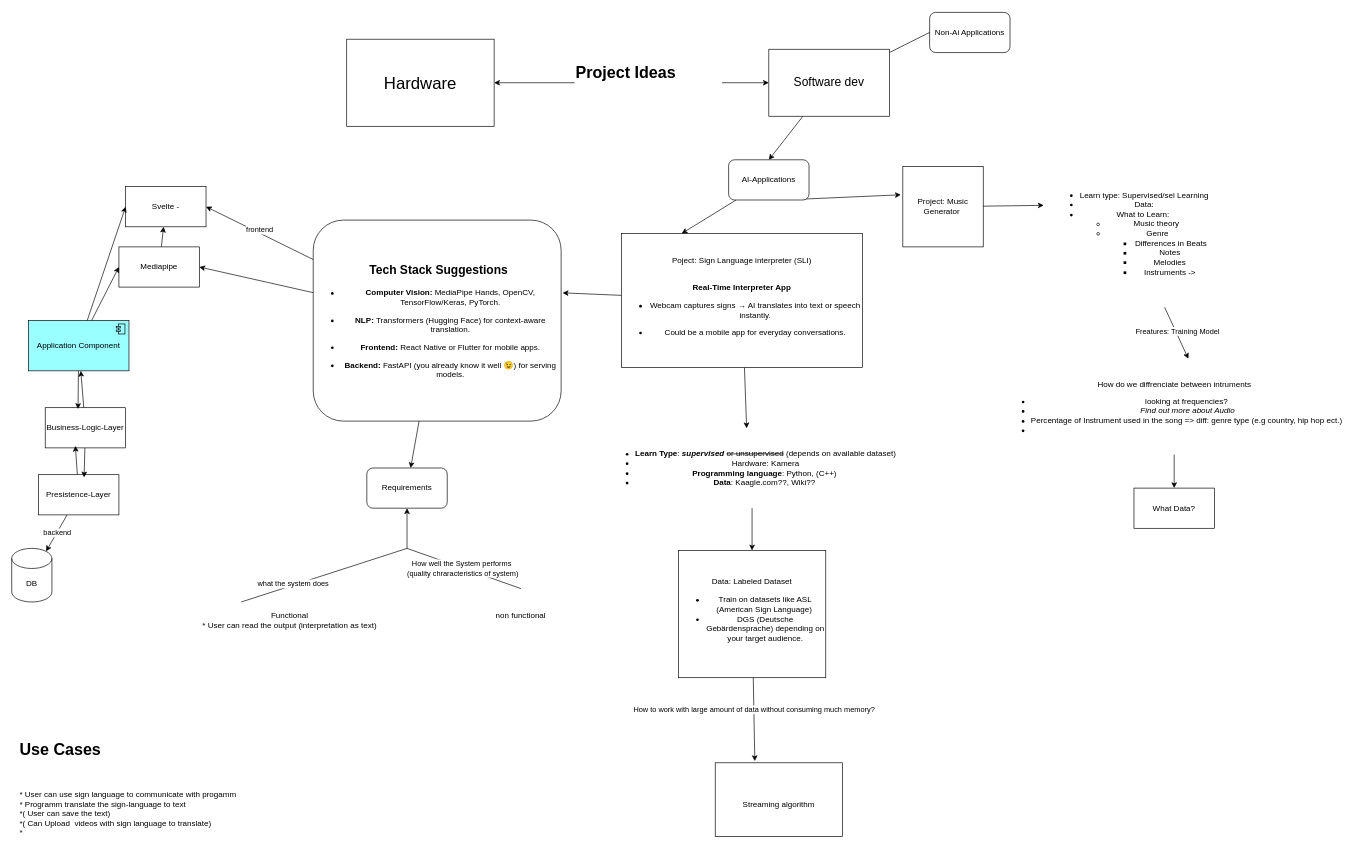
Above: documentation/mindmap.drawio in SandrAdora/SLI (draw.io), before the change. Source tidied: cells renumbered, new cells numbered last; positions are measured from the earlier drawing's top-left corner, leaving out a move shared by most shapes. Both pictures are drawn from the tidied source at 67%, with x=0, y=0 at pixel (11, 12).
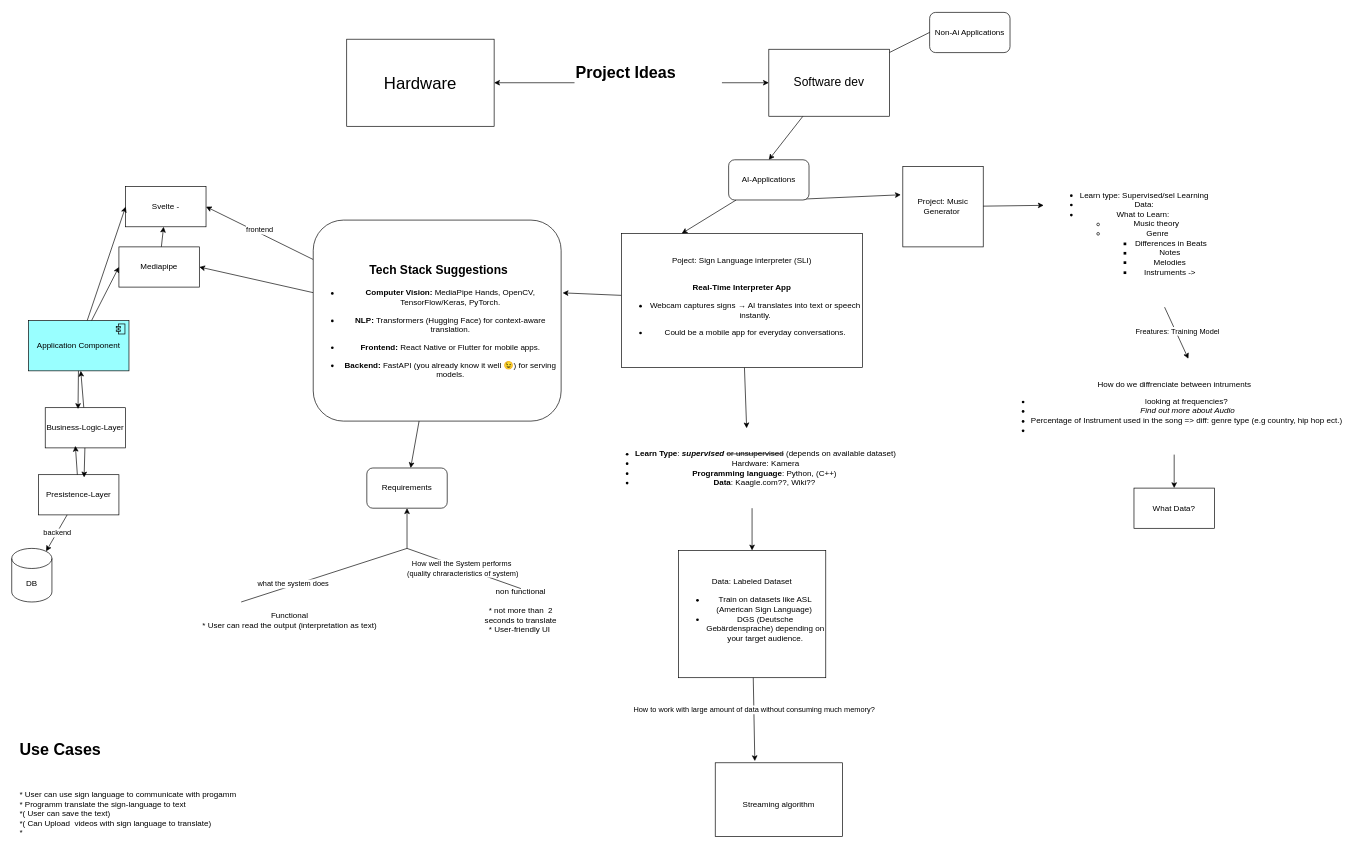
The same diagram, later.

The edit, as a diff of the source:
```diff
@@
-    <mxCell id="37" value="non functional" style="text;html=1;align=center;verticalAlign=middle;whiteSpace=wrap;rounded=0;" parent="1" vertex="1">
+    <mxCell id="37" value="non functional&lt;div&gt;&lt;br&gt;&lt;/div&gt;&lt;div&gt;* not more than&amp;nbsp; 2 seconds to translate&lt;/div&gt;&lt;div&gt;* User-friendly UI&amp;nbsp;&lt;/div&gt;&lt;div&gt;&lt;br&gt;&lt;/div&gt;" style="text;html=1;align=center;verticalAlign=middle;whiteSpace=wrap;rounded=0;" parent="1" vertex="1">
       <mxGeometry x="690" y="860" width="140" height="80" as="geometry" />
     </mxCell>
```
